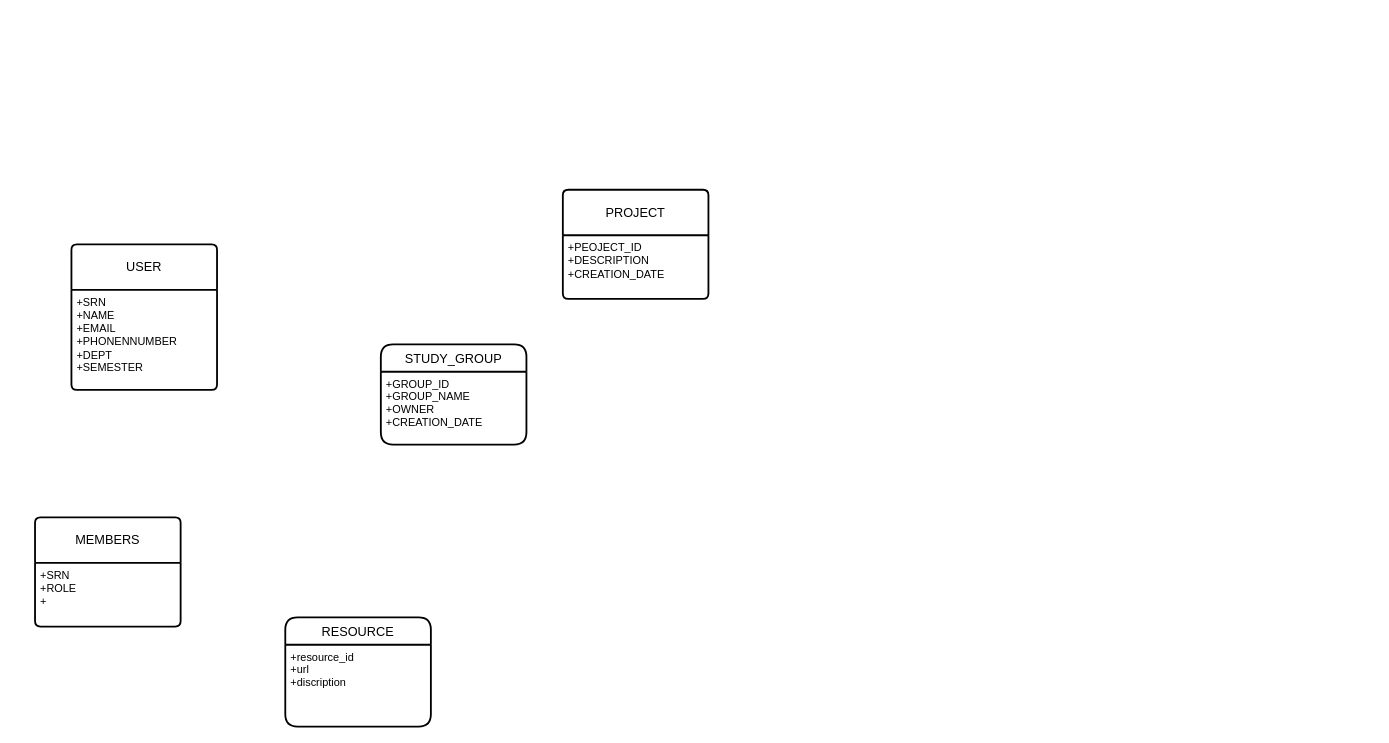
Above: relational_schame.drawio in bvgaurav4/COVITEAM (draw.io), before the change. Source tidied: cells renumbered, new cells numbered last; positions are measured from the earlier drawing's top-left corner, leaving out a move shared by most shapes. Both pictures are drawn from the tidied source at 91%, with x=0, y=0 at pixel (35, 189).
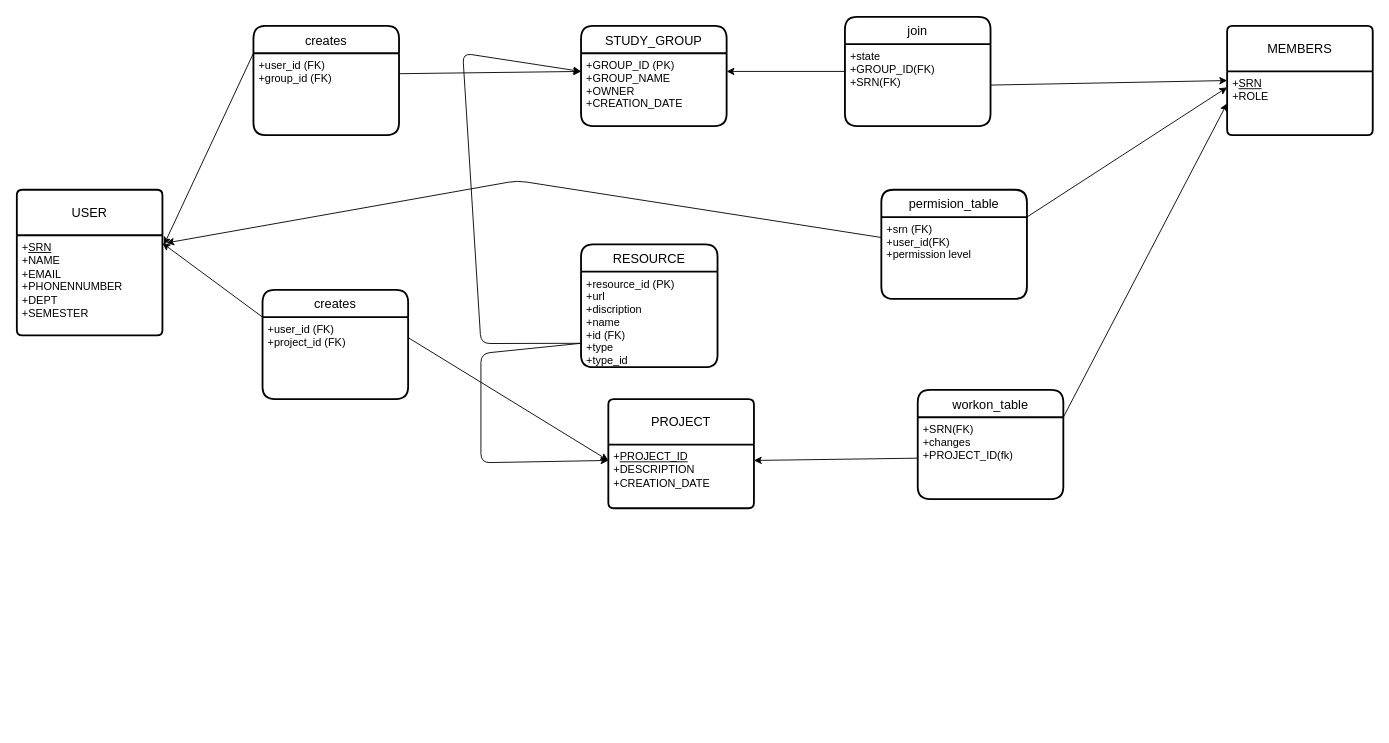
After the change.

The edit, as a diff of the source:
```diff
@@
     <mxCell id="2" value="MEMBERS" style="swimlane;horizontal=1;startSize=50;rounded=1;fontSize=14;fontStyle=0;strokeWidth=2;shadow=0;dashed=0;align=center;arcSize=4;whiteSpace=wrap;html=1;" parent="1" vertex="1">
-      <mxGeometry y="360" width="160" height="120" as="geometry" />
+      <mxGeometry x="1310" y="-180" width="160" height="120" as="geometry" />
     </mxCell>
-    <mxCell id="3" value="+SRN&lt;br&gt;+ROLE&lt;br&gt;+" style="align=left;strokeColor=none;fillColor=none;spacingLeft=4;fontSize=12;verticalAlign=top;html=1;" parent="2" vertex="1">
+    <mxCell id="3" value="+&lt;u&gt;SRN&lt;/u&gt;&lt;br&gt;+ROLE" style="align=left;strokeColor=none;fillColor=none;spacingLeft=4;fontSize=12;verticalAlign=top;html=1;" parent="2" vertex="1">
       <mxGeometry y="50" width="160" height="70" as="geometry" />
     </mxCell>
     <mxCell id="4" value="PROJECT" style="swimlane;horizontal=1;startSize=50;rounded=1;fontSize=14;fontStyle=0;strokeWidth=2;shadow=0;dashed=0;align=center;arcSize=4;whiteSpace=wrap;html=1;" parent="1" vertex="1">
-      <mxGeometry x="580" width="160" height="120" as="geometry" />
+      <mxGeometry x="630" y="230" width="160" height="120" as="geometry" />
     </mxCell>
-    <mxCell id="5" value="+PEOJECT_ID&lt;br&gt;+DESCRIPTION&lt;br&gt;+CREATION_DATE" style="align=left;strokeColor=none;fillColor=none;spacingLeft=4;fontSize=12;verticalAlign=top;html=1;" parent="4" vertex="1">
+    <mxCell id="5" value="+&lt;u&gt;PROJECT_ID&lt;/u&gt;&lt;br&gt;+DESCRIPTION&lt;br&gt;+CREATION_DATE" style="align=left;strokeColor=none;fillColor=none;spacingLeft=4;fontSize=12;verticalAlign=top;html=1;" parent="4" vertex="1">
       <mxGeometry y="50" width="160" height="70" as="geometry" />
     </mxCell>
     <mxCell id="6" value="USER" style="swimlane;horizontal=1;startSize=50;rounded=1;fontSize=14;fontStyle=0;strokeWidth=2;shadow=0;dashed=0;align=center;arcSize=4;whiteSpace=wrap;html=1;" parent="1" vertex="1">
-      <mxGeometry x="40" y="60" width="160" height="160" as="geometry" />
+      <mxGeometry x="-20" width="160" height="160" as="geometry" />
     </mxCell>
-    <mxCell id="7" value="+SRN&lt;br&gt;+NAME&lt;br&gt;+EMAIL&lt;br&gt;+PHONENNUMBER&lt;br&gt;+DEPT&lt;br&gt;+SEMESTER" style="align=left;strokeColor=none;fillColor=none;spacingLeft=4;fontSize=12;verticalAlign=top;html=1;" parent="6" vertex="1">
+    <mxCell id="7" value="+&lt;u&gt;SRN&lt;/u&gt;&lt;br&gt;+NAME&lt;br&gt;+EMAIL&lt;br&gt;+PHONENNUMBER&lt;br&gt;+DEPT&lt;br&gt;+SEMESTER" style="align=left;strokeColor=none;fillColor=none;spacingLeft=4;fontSize=12;verticalAlign=top;html=1;" parent="6" vertex="1">
       <mxGeometry y="50" width="160" height="110" as="geometry" />
     </mxCell>
     <mxCell id="8" value="STUDY_GROUP" style="swimlane;horizontal=1;startSize=30;rounded=1;fontSize=14;fontStyle=0;strokeWidth=2;shadow=0;dashed=0;align=center;" parent="1" vertex="1">
-      <mxGeometry x="380" y="170" width="160" height="110" as="geometry" />
+      <mxGeometry x="600" y="-180" width="160" height="110" as="geometry" />
     </mxCell>
-    <mxCell id="9" value="+GROUP_ID&#10;+GROUP_NAME&#10;+OWNER&#10;+CREATION_DATE" style="align=left;strokeColor=none;fillColor=none;spacingLeft=4;fontSize=12;verticalAlign=top;" parent="8" vertex="1">
+    <mxCell id="9" value="+GROUP_ID (PK)&#10;+GROUP_NAME&#10;+OWNER&#10;+CREATION_DATE" style="align=left;strokeColor=none;fillColor=none;spacingLeft=4;fontSize=12;verticalAlign=top;" parent="8" vertex="1">
       <mxGeometry y="30" width="160" height="80" as="geometry" />
     </mxCell>
     <mxCell id="10" value="RESOURCE" style="swimlane;horizontal=1;startSize=30;rounded=1;fontSize=14;fontStyle=0;strokeWidth=2;shadow=0;dashed=0;align=center;" parent="1" vertex="1">
-      <mxGeometry x="275" y="470" width="160" height="120" as="geometry" />
+      <mxGeometry x="600" y="60" width="150" height="135" as="geometry" />
     </mxCell>
-    <mxCell id="11" value="+resource_id&#10;+url&#10;+discription" style="align=left;strokeColor=none;fillColor=none;spacingLeft=4;fontSize=12;verticalAlign=top;" parent="10" vertex="1">
-      <mxGeometry y="30" width="160" height="90" as="geometry" />
+    <mxCell id="11" value="+resource_id (PK)&#10;+url&#10;+discription&#10;+name&#10;+id (FK)&#10;+type&#10;+type_id" style="align=left;strokeColor=none;fillColor=none;spacingLeft=4;fontSize=12;verticalAlign=top;" parent="10" vertex="1">
+      <mxGeometry y="30" width="150" height="105" as="geometry" />
     </mxCell>
+    <mxCell id="12" value="creates" style="swimlane;horizontal=1;startSize=30;rounded=1;fontSize=14;fontStyle=0;strokeWidth=2;shadow=0;dashed=0;align=center;" parent="1" vertex="1">
+      <mxGeometry x="250" y="110" width="160" height="120" as="geometry" />
+    </mxCell>
+    <mxCell id="13" value="+user_id (FK)&#10;+project_id (FK)" style="align=left;strokeColor=none;fillColor=none;spacingLeft=4;fontSize=12;verticalAlign=top;" parent="12" vertex="1">
+      <mxGeometry y="30" width="160" height="90" as="geometry" />
+    </mxCell>
+    <mxCell id="14" value="creates" style="swimlane;horizontal=1;startSize=30;rounded=1;fontSize=14;fontStyle=0;strokeWidth=2;shadow=0;dashed=0;align=center;" parent="1" vertex="1">
+      <mxGeometry x="240" y="-180" width="160" height="120" as="geometry" />
+    </mxCell>
+    <mxCell id="15" value="+user_id (FK)&#10;+group_id (FK)" style="align=left;strokeColor=none;fillColor=none;spacingLeft=4;fontSize=12;verticalAlign=top;" parent="14" vertex="1">
+      <mxGeometry y="30" width="160" height="90" as="geometry" />
+    </mxCell>
+    <mxCell id="16" value="permision_table" style="swimlane;horizontal=1;startSize=30;rounded=1;fontSize=14;fontStyle=0;strokeWidth=2;shadow=0;dashed=0;align=center;" parent="1" vertex="1">
+      <mxGeometry x="930" width="160" height="120" as="geometry" />
+    </mxCell>
+    <mxCell id="17" value="+srn (FK)&#10;+user_id(FK)&#10;+permission level" style="align=left;strokeColor=none;fillColor=none;spacingLeft=4;fontSize=12;verticalAlign=top;" parent="16" vertex="1">
+      <mxGeometry y="30" width="160" height="90" as="geometry" />
+    </mxCell>
+    <mxCell id="18" style="edgeStyle=none;html=1;exitX=0;exitY=0.5;exitDx=0;exitDy=0;entryX=1;entryY=0.25;entryDx=0;entryDy=0;" parent="1" edge="1" source="19" target="9">
+      <mxGeometry relative="1" as="geometry" />
+    </mxCell>
+    <mxCell id="19" value="join" style="swimlane;horizontal=1;startSize=30;rounded=1;fontSize=14;fontStyle=0;strokeWidth=2;shadow=0;dashed=0;align=center;" parent="1" vertex="1">
+      <mxGeometry x="890" y="-190" width="160" height="120" as="geometry" />
+    </mxCell>
+    <mxCell id="20" value="+state&#10;+GROUP_ID(FK)&#10;+SRN(FK)" style="align=left;strokeColor=none;fillColor=none;spacingLeft=4;fontSize=12;verticalAlign=top;" parent="19" vertex="1">
+      <mxGeometry y="30" width="160" height="90" as="geometry" />
+    </mxCell>
+    <mxCell id="21" value="workon_table" style="swimlane;horizontal=1;startSize=30;rounded=1;fontSize=14;fontStyle=0;strokeWidth=2;shadow=0;dashed=0;align=center;" parent="1" vertex="1">
+      <mxGeometry x="970" y="220" width="160" height="120" as="geometry" />
+    </mxCell>
+    <mxCell id="22" value="+SRN(FK)&#10;+changes&#10;+PROJECT_ID(fk)" style="align=left;strokeColor=none;fillColor=none;spacingLeft=4;fontSize=12;verticalAlign=top;" parent="21" vertex="1">
+      <mxGeometry y="30" width="160" height="90" as="geometry" />
+    </mxCell>
+    <mxCell id="23" style="edgeStyle=none;html=1;exitX=0;exitY=0;exitDx=0;exitDy=0;entryX=1;entryY=0.079;entryDx=0;entryDy=0;entryPerimeter=0;" parent="1" edge="1" source="13" target="7">
+      <mxGeometry relative="1" as="geometry" />
+    </mxCell>
+    <mxCell id="24" style="edgeStyle=none;html=1;exitX=1;exitY=0.25;exitDx=0;exitDy=0;entryX=0;entryY=0.25;entryDx=0;entryDy=0;" parent="1" edge="1" source="13" target="5">
+      <mxGeometry relative="1" as="geometry" />
+    </mxCell>
+    <mxCell id="25" style="edgeStyle=none;html=1;exitX=0;exitY=0;exitDx=0;exitDy=0;entryX=1.011;entryY=0.094;entryDx=0;entryDy=0;entryPerimeter=0;" parent="1" edge="1" source="15" target="7">
+      <mxGeometry relative="1" as="geometry" />
+    </mxCell>
+    <mxCell id="26" style="edgeStyle=none;html=1;exitX=1;exitY=0.25;exitDx=0;exitDy=0;entryX=0;entryY=0.25;entryDx=0;entryDy=0;" parent="1" edge="1" source="15" target="9">
+      <mxGeometry relative="1" as="geometry" />
+    </mxCell>
+    <mxCell id="27" style="edgeStyle=none;html=1;exitX=1;exitY=0.5;exitDx=0;exitDy=0;entryX=0;entryY=0.5;entryDx=0;entryDy=0;" parent="1" edge="1" source="20" target="2">
+      <mxGeometry relative="1" as="geometry" />
+    </mxCell>
+    <mxCell id="28" style="edgeStyle=none;html=1;exitX=0;exitY=0.5;exitDx=0;exitDy=0;entryX=1;entryY=0.25;entryDx=0;entryDy=0;" parent="1" edge="1" source="22" target="5">
+      <mxGeometry relative="1" as="geometry" />
+    </mxCell>
+    <mxCell id="29" style="edgeStyle=none;html=1;exitX=1;exitY=0;exitDx=0;exitDy=0;entryX=0;entryY=0.5;entryDx=0;entryDy=0;" parent="1" edge="1" source="22" target="3">
+      <mxGeometry relative="1" as="geometry" />
+    </mxCell>
+    <mxCell id="30" style="edgeStyle=none;html=1;exitX=1;exitY=0;exitDx=0;exitDy=0;entryX=0;entryY=0.25;entryDx=0;entryDy=0;" parent="1" edge="1" source="17" target="3">
+      <mxGeometry relative="1" as="geometry" />
+    </mxCell>
+    <mxCell id="31" style="edgeStyle=none;html=1;exitX=0;exitY=0.25;exitDx=0;exitDy=0;entryX=1.027;entryY=0.077;entryDx=0;entryDy=0;entryPerimeter=0;" parent="1" edge="1" source="17" target="7">
+      <mxGeometry relative="1" as="geometry">
+        <Array as="points">
+          <mxPoint x="530" y="-10" />
+        </Array>
+      </mxGeometry>
+    </mxCell>
+    <mxCell id="32" style="edgeStyle=none;html=1;exitX=0;exitY=0.75;exitDx=0;exitDy=0;entryX=0;entryY=0.25;entryDx=0;entryDy=0;" parent="1" edge="1" source="11" target="9">
+      <mxGeometry relative="1" as="geometry">
+        <Array as="points">
+          <mxPoint x="490" y="169" />
+          <mxPoint x="470" y="-150" />
+        </Array>
+      </mxGeometry>
+    </mxCell>
+    <mxCell id="33" style="edgeStyle=none;html=1;exitX=0;exitY=0.75;exitDx=0;exitDy=0;entryX=0;entryY=0.25;entryDx=0;entryDy=0;" parent="1" edge="1" source="11" target="5">
+      <mxGeometry relative="1" as="geometry">
+        <Array as="points">
+          <mxPoint x="490" y="180" />
+          <mxPoint x="490" y="300" />
+        </Array>
+      </mxGeometry>
+    </mxCell>
```
